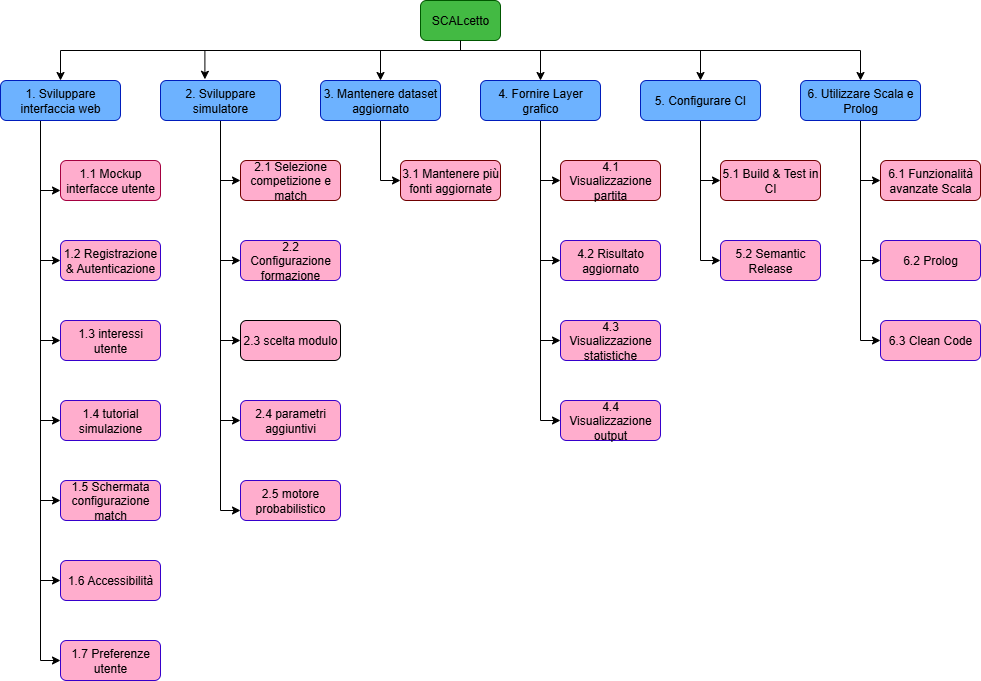
The draw.io diagram docs/resources/RBS.png in TommasoBrini/PM-SCALcetto, before a commit. Source tidied: cells renumbered, new cells last; positions are measured from the earlier drawing's top-left corner, leaving out a move shared by most shapes.
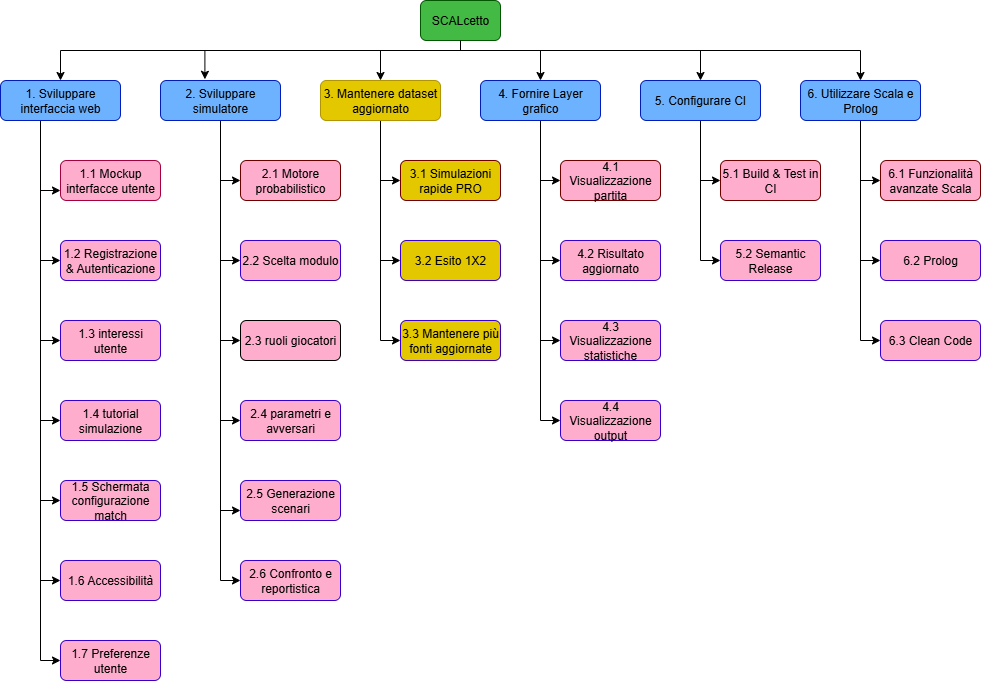
Above is the later version.

The edit, as a diff of the source:
```diff
@@ -112,13 +112,22 @@
     <mxCell id="20" style="edgeStyle=orthogonalEdgeStyle;rounded=0;jettySize=auto;html=1;entryX=0;entryY=0.5;entryDx=0;entryDy=0;" parent="1" edge="1" source="21" target="45">
       <mxGeometry relative="1" as="geometry" />
     </mxCell>
+    <mxCell id="60" style="edgeStyle=orthogonalEdgeStyle;rounded=0;jettySize=auto;html=1;entryX=0;entryY=0.5;entryDx=0;entryDy=0;" parent="1" edge="1" source="21" target="63">
+      <mxGeometry relative="1" as="geometry" />
+    </mxCell>
     <mxCell id="21" value="&lt;font style=&quot;color: light-dark(rgb(0, 0, 0), rgb(0, 0, 0));&quot;&gt;2. Sviluppare simulatore&lt;/font&gt;" style="rounded=1;whiteSpace=wrap;html=1;fillColor=light-dark(#6DB2FF,#6DB2FF);fontColor=#ffffff;strokeColor=#001DBC;" parent="1" vertex="1">
       <mxGeometry x="160" y="80" width="120" height="40" as="geometry" />
     </mxCell>
     <mxCell id="22" style="edgeStyle=orthogonalEdgeStyle;rounded=0;jettySize=auto;html=1;entryX=0;entryY=0.5;entryDx=0;entryDy=0;" parent="1" edge="1" source="23" target="40">
       <mxGeometry relative="1" as="geometry" />
     </mxCell>
+    <mxCell id="61" style="edgeStyle=orthogonalEdgeStyle;rounded=0;jettySize=auto;html=1;exitX=0.5;exitY=1;exitDx=0;exitDy=0;entryX=0;entryY=0.5;entryDx=0;entryDy=0;" parent="1" edge="1" source="23" target="64">
+      <mxGeometry relative="1" as="geometry" />
+    </mxCell>
+    <mxCell id="62" style="edgeStyle=orthogonalEdgeStyle;rounded=0;jettySize=auto;html=1;entryX=0;entryY=0.5;entryDx=0;entryDy=0;" parent="1" edge="1" source="23" target="65">
+      <mxGeometry relative="1" as="geometry" />
+    </mxCell>
-    <mxCell id="23" value="&lt;font style=&quot;color: light-dark(rgb(0, 0, 0), rgb(0, 0, 0));&quot;&gt;3. Mantenere dataset aggiornato&lt;/font&gt;" style="rounded=1;whiteSpace=wrap;html=1;fillColor=light-dark(#6DB2FF,#6DB2FF);fontColor=#ffffff;strokeColor=#001DBC;" parent="1" vertex="1">
+    <mxCell id="23" value="&lt;font style=&quot;color: light-dark(rgb(0, 0, 0), rgb(0, 0, 0));&quot;&gt;3. Mantenere dataset aggiornato&lt;/font&gt;" style="rounded=1;whiteSpace=wrap;html=1;fillColor=light-dark(#E3C800,#E3C800);fontColor=#000000;strokeColor=#B09500;" parent="1" vertex="1">
       <mxGeometry x="320" y="80" width="120" height="40" as="geometry" />
     </mxCell>
     <mxCell id="24" style="edgeStyle=orthogonalEdgeStyle;rounded=0;jettySize=auto;html=1;entryX=0;entryY=0.5;entryDx=0;entryDy=0;" parent="1" edge="1" source="28" target="52">
@@ -178,22 +187,22 @@
     <mxCell id="39" value="&lt;span&gt;&lt;font style=&quot;color: light-dark(rgb(0, 0, 0), rgb(0, 0, 0));&quot;&gt;4.1 Visualizzazione partita&lt;/font&gt;&lt;/span&gt;" style="rounded=1;whiteSpace=wrap;html=1;fillColor=light-dark(#FFADCD,#FFADCD);fontColor=#ffffff;strokeColor=#6F0000;" parent="1" vertex="1">
       <mxGeometry x="560" y="160" width="100" height="40" as="geometry" />
     </mxCell>
-    <mxCell id="40" value="&lt;span&gt;&lt;font style=&quot;color: light-dark(rgb(0, 0, 0), rgb(0, 0, 0));&quot;&gt;3.1 Mantenere più fonti aggiornate&lt;/font&gt;&lt;/span&gt;" style="rounded=1;whiteSpace=wrap;html=1;fillColor=light-dark(#FFADCD,#FFADCD);fontColor=#ffffff;strokeColor=#6F0000;" parent="1" vertex="1">
+    <mxCell id="40" value="&lt;span&gt;&lt;font style=&quot;color: light-dark(rgb(0, 0, 0), rgb(0, 0, 0));&quot;&gt;3.1 Simulazioni rapide PRO&lt;/font&gt;&lt;/span&gt;" style="rounded=1;whiteSpace=wrap;html=1;fillColor=light-dark(#E3C800,#E3C800);fontColor=#ffffff;strokeColor=#6F0000;" parent="1" vertex="1">
       <mxGeometry x="400" y="160" width="100" height="40" as="geometry" />
     </mxCell>
-    <mxCell id="41" value="&lt;span&gt;&lt;font style=&quot;color: light-dark(rgb(0, 0, 0), rgb(0, 0, 0));&quot;&gt;2.5 motore probabilistico&lt;/font&gt;&lt;/span&gt;" style="rounded=1;whiteSpace=wrap;html=1;fillColor=light-dark(#FFADCD,#FFADCD);fontColor=#ffffff;strokeColor=#3700CC;" parent="1" vertex="1">
+    <mxCell id="41" value="&lt;span&gt;&lt;font style=&quot;color: light-dark(rgb(0, 0, 0), rgb(0, 0, 0));&quot;&gt;2.5 Generazione scenari&lt;/font&gt;&lt;/span&gt;" style="rounded=1;whiteSpace=wrap;html=1;fillColor=light-dark(#FFADCD,#FFADCD);fontColor=#ffffff;strokeColor=#3700CC;" parent="1" vertex="1">
       <mxGeometry x="240" y="480" width="100" height="40" as="geometry" />
     </mxCell>
-    <mxCell id="42" value="&lt;span&gt;&lt;font style=&quot;color: light-dark(rgb(0, 0, 0), rgb(0, 0, 0));&quot;&gt;2.4 parametri aggiuntivi&lt;/font&gt;&lt;/span&gt;" style="rounded=1;whiteSpace=wrap;html=1;fillColor=light-dark(#FFADCD,#FFADCD);fontColor=#ffffff;strokeColor=#3700CC;" parent="1" vertex="1">
+    <mxCell id="42" value="&lt;span&gt;&lt;font style=&quot;color: light-dark(rgb(0, 0, 0), rgb(0, 0, 0));&quot;&gt;2.4 parametri e avversari&lt;/font&gt;&lt;/span&gt;" style="rounded=1;whiteSpace=wrap;html=1;fillColor=light-dark(#FFADCD,#FFADCD);fontColor=#ffffff;strokeColor=#3700CC;" parent="1" vertex="1">
       <mxGeometry x="240" y="400" width="100" height="40" as="geometry" />
     </mxCell>
-    <mxCell id="43" value="&lt;font style=&quot;color: light-dark(rgb(0, 0, 0), rgb(0, 0, 0));&quot;&gt;2.3 scelta modulo&lt;/font&gt;" style="rounded=1;whiteSpace=wrap;html=1;fillColor=light-dark(#FFADCD,#FFADCD);fontColor=#ffffff;strokeColor=light-dark(#000000,#000000);" parent="1" vertex="1">
+    <mxCell id="43" value="&lt;font style=&quot;color: light-dark(rgb(0, 0, 0), rgb(0, 0, 0));&quot;&gt;2.3 ruoli giocatori&lt;/font&gt;" style="rounded=1;whiteSpace=wrap;html=1;fillColor=light-dark(#FFADCD,#FFADCD);fontColor=#ffffff;strokeColor=light-dark(#000000,#000000);" parent="1" vertex="1">
       <mxGeometry x="240" y="320" width="100" height="40" as="geometry" />
     </mxCell>
-    <mxCell id="44" value="&lt;span&gt;&lt;font style=&quot;color: light-dark(rgb(0, 0, 0), rgb(0, 0, 0));&quot;&gt;2.2 Configurazione formazione&lt;/font&gt;&lt;/span&gt;" style="rounded=1;whiteSpace=wrap;html=1;fillColor=light-dark(#FFADCD,#FFADCD);fontColor=#ffffff;strokeColor=#3700CC;" parent="1" vertex="1">
+    <mxCell id="44" value="&lt;span&gt;&lt;font style=&quot;color: light-dark(rgb(0, 0, 0), rgb(0, 0, 0));&quot;&gt;2.2 Scelta modulo&lt;/font&gt;&lt;/span&gt;" style="rounded=1;whiteSpace=wrap;html=1;fillColor=light-dark(#FFADCD,#FFADCD);fontColor=#ffffff;strokeColor=#3700CC;" parent="1" vertex="1">
       <mxGeometry x="240" y="240" width="100" height="40" as="geometry" />
     </mxCell>
-    <mxCell id="45" value="&lt;span&gt;&lt;font style=&quot;color: light-dark(rgb(0, 0, 0), rgb(0, 0, 0));&quot;&gt;2.1 Selezione competizione e match&lt;/font&gt;&lt;/span&gt;" style="rounded=1;whiteSpace=wrap;html=1;fillColor=light-dark(#FFADCD,#FFADCD);fontColor=#ffffff;strokeColor=#6F0000;" parent="1" vertex="1">
+    <mxCell id="45" value="&lt;span&gt;&lt;font style=&quot;color: light-dark(rgb(0, 0, 0), rgb(0, 0, 0));&quot;&gt;2.1 Motore probabilistico&lt;/font&gt;&lt;/span&gt;" style="rounded=1;whiteSpace=wrap;html=1;fillColor=light-dark(#FFADCD,#FFADCD);fontColor=#ffffff;strokeColor=#6F0000;" parent="1" vertex="1">
       <mxGeometry x="240" y="160" width="100" height="40" as="geometry" />
     </mxCell>
     <mxCell id="46" value="&lt;span&gt;&lt;font style=&quot;color: light-dark(rgb(0, 0, 0), rgb(0, 0, 0));&quot;&gt;1.7 Preferenze utente&lt;/font&gt;&lt;/span&gt;" style="rounded=1;whiteSpace=wrap;html=1;fillColor=light-dark(#FFADCD,#FFADCD);fontColor=#ffffff;strokeColor=#3700CC;" parent="1" vertex="1">
@@ -238,5 +247,14 @@
     <mxCell id="59" style="edgeStyle=orthogonalEdgeStyle;rounded=0;orthogonalLoop=1;jettySize=auto;html=1;exitX=0.5;exitY=1;exitDx=0;exitDy=0;" parent="1" edge="1" source="58" target="58">
       <mxGeometry relative="1" as="geometry" />
     </mxCell>
+    <mxCell id="63" value="&lt;span&gt;&lt;font style=&quot;color: light-dark(rgb(0, 0, 0), rgb(0, 0, 0));&quot;&gt;2.6 Confronto e reportistica&lt;/font&gt;&lt;/span&gt;" style="rounded=1;whiteSpace=wrap;html=1;fillColor=light-dark(#FFADCD,#FFADCD);fontColor=#ffffff;strokeColor=#3700CC;" parent="1" vertex="1">
+      <mxGeometry x="240" y="560" width="100" height="40" as="geometry" />
+    </mxCell>
+    <mxCell id="64" value="&lt;span&gt;&lt;font style=&quot;color: light-dark(rgb(0, 0, 0), rgb(0, 0, 0));&quot;&gt;3.2 Esito 1X2&lt;/font&gt;&lt;/span&gt;" style="rounded=1;whiteSpace=wrap;html=1;fillColor=light-dark(#E3C800,#E3C800);fontColor=#ffffff;strokeColor=#3700CC;" parent="1" vertex="1">
+      <mxGeometry x="400" y="240" width="100" height="40" as="geometry" />
+    </mxCell>
+    <mxCell id="65" value="&lt;span&gt;&lt;font style=&quot;color: light-dark(rgb(0, 0, 0), rgb(0, 0, 0));&quot;&gt;3.3 Mantenere più fonti aggiornate&lt;/font&gt;&lt;/span&gt;" style="rounded=1;whiteSpace=wrap;html=1;fillColor=light-dark(#E3C800,#E3C800);fontColor=#ffffff;strokeColor=#3700CC;" parent="1" vertex="1">
+      <mxGeometry x="400" y="320" width="100" height="40" as="geometry" />
+    </mxCell>
   </root>
 </mxGraphModel>
```
